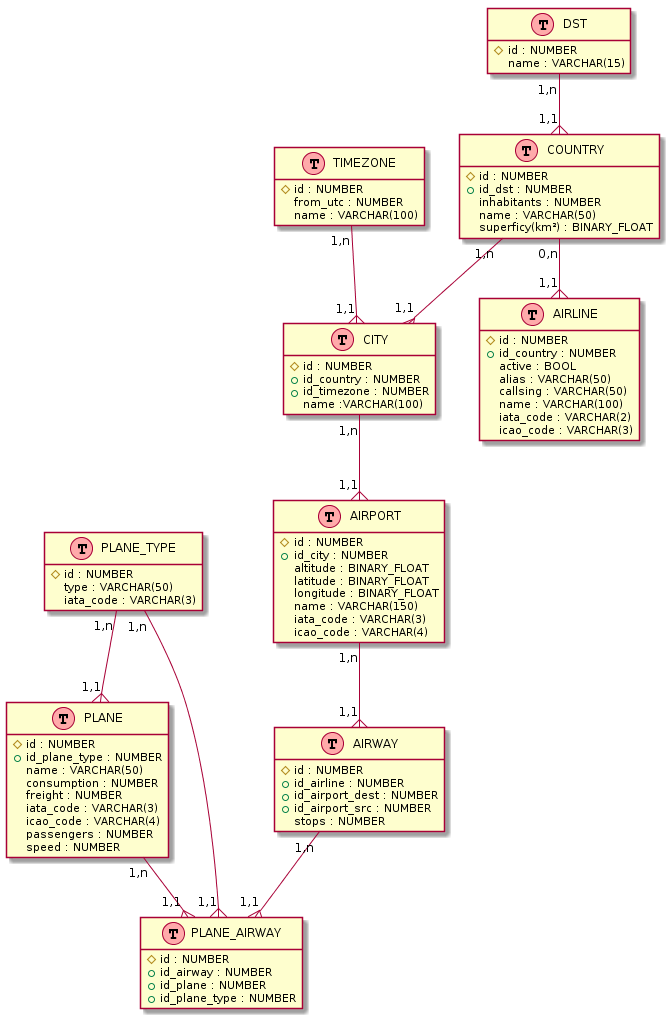
The PlantUML diagram resources/database/conception/modelization/modelisation.png in pBouillon/OpenFlightStatisticsAggregator, before a commit.
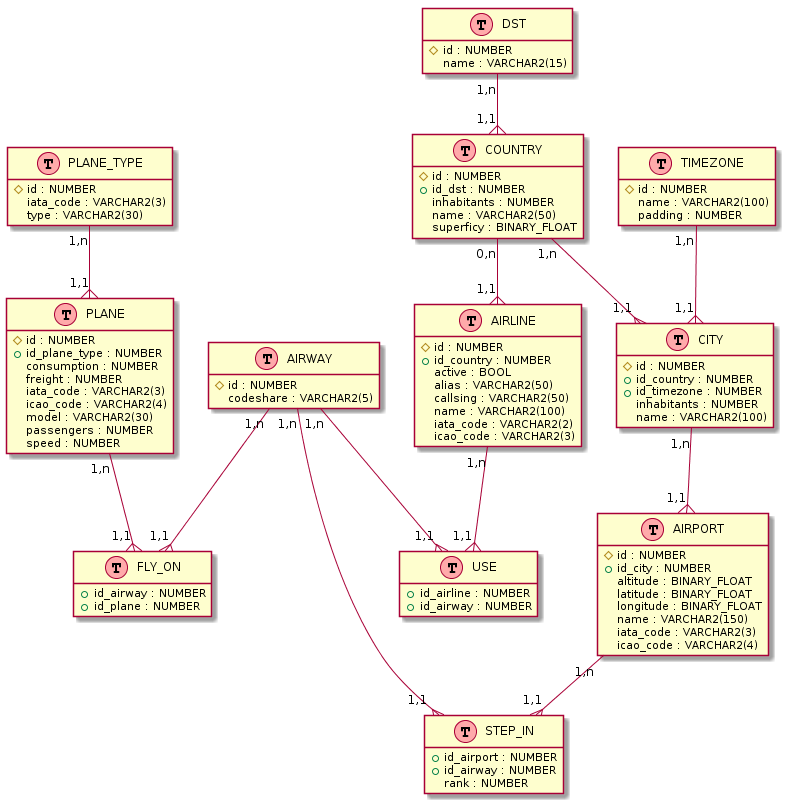
Above is the later version.

Commit message:
rework modelisation scheme

What changed in the source:
```diff
@@ -7,36 +7,50 @@
     {field} #id : NUMBER
     {field} +id_dst : NUMBER
     {field} inhabitants : NUMBER
-    {field} name : VARCHAR(50)
-    {field} superficy(km²) : BINARY_FLOAT
+    {field} name : VARCHAR2(50)
+    {field} superficy : BINARY_FLOAT
 }
 
 class DST << (T,#FFAAAA) >> {
     {field} #id : NUMBER
-    {field} name : VARCHAR(15)
+    {field} name : VARCHAR2(15)
 }
+
+class PLANE << (T,#FFAAAA) >> {
+    {field} #id : NUMBER
+    {field} +id_plane_type : NUMBER
+    {field} consumption : NUMBER
+    {field} freight : NUMBER
+    {field} iata_code : VARCHAR2(3)
+    {field} icao_code : VARCHAR2(4)
+    {field} model : VARCHAR2(30)
+    {field} passengers : NUMBER
+    {field} speed : NUMBER
+}
+
 
 class PLANE_TYPE << (T,#FFAAAA) >> {
     {field} #id : NUMBER
-    {field} type : VARCHAR(50)
-    {field} iata_code : VARCHAR(3)
+    {field} iata_code : VARCHAR2(3)
+    {field} type : VARCHAR2(30)
+
 }
 
 class TIMEZONE << (T,#FFAAAA) >> {
     {field} #id : NUMBER
-    {field} from_utc : NUMBER
-    {field} name : VARCHAR(100)
+    {field} name : VARCHAR2(100)
+    {field} padding : NUMBER
 }
 
 class AIRLINE << (T,#FFAAAA) >> {
     {field} #id : NUMBER
     {field} +id_country : NUMBER
     {field} active : BOOL
-    {field} alias : VARCHAR(50)
-    {field} callsing : VARCHAR(50)
-    {field} name : VARCHAR(100)
-    {field} iata_code : VARCHAR(2)
-    {field} icao_code : VARCHAR(3)
+    {field} alias : VARCHAR2(50)
+    {field} callsing : VARCHAR2(50)
+    {field} name : VARCHAR2(100)
+    {field} iata_code : VARCHAR2(2)
+    {field} icao_code : VARCHAR2(3)
 }
 
 class AIRPORT << (T,#FFAAAA) >> {
@@ -45,50 +59,48 @@
     {field} altitude : BINARY_FLOAT
     {field} latitude : BINARY_FLOAT
     {field} longitude : BINARY_FLOAT
-    {field} name : VARCHAR(150)
-    {field} iata_code : VARCHAR(3)
-    {field} icao_code : VARCHAR(4)
+    {field} name : VARCHAR2(150)
+    {field} iata_code : VARCHAR2(3)
+    {field} icao_code : VARCHAR2(4)
 
-}
-
-class PLANE << (T,#FFAAAA) >> {
-    {field} #id : NUMBER
-    {field} +id_plane_type : NUMBER
-    {field} name : VARCHAR(50)
-    {field} consumption : NUMBER
-    {field} freight : NUMBER
-    {field} iata_code : VARCHAR(3)
-    {field} icao_code : VARCHAR(4)
-    {field} passengers : NUMBER
-    {field} speed : NUMBER
 }
 
 class CITY << (T,#FFAAAA) >> {
     {field} #id : NUMBER
     {field} +id_country : NUMBER
     {field} +id_timezone : NUMBER
-    {field} name :VARCHAR(100)
+    {field} inhabitants : NUMBER
+    {field} name : VARCHAR2(100)
 }
 
 class AIRWAY << (T,#FFAAAA) >> {
     {field} #id : NUMBER
-    {field} +id_airline : NUMBER
-    {field} +id_airport_dest : NUMBER
-    {field} +id_airport_src : NUMBER
-    {field} stops : NUMBER
+    {field} codeshare : VARCHAR2(5)
 }
 
-class PLANE_AIRWAY << (T,#FFAAAA) >> {
-    {field} #id : NUMBER
+class USE << (T,#FFAAAA) >> {
+    {field} +id_airline : NUMBER
+    {field} +id_airway : NUMBER
+}
+
+class STEP_IN << (T,#FFAAAA) >> {
+    {field} +id_airport : NUMBER
+    {field} +id_airway : NUMBER
+    {field} rank : NUMBER
+}
+
+class FLY_ON << (T,#FFAAAA) >> {
     {field} +id_airway : NUMBER
     {field} +id_plane : NUMBER
-    {field} +id_plane_type : NUMBER
 }
 
+AIRPORT "1,n" --{ "1,1" STEP_IN
 
-AIRPORT "1,n" --{ "1,1" AIRWAY
+AIRLINE "1,n" --{ "1,1" USE
 
-AIRWAY "1,n" --{ "1,1" PLANE_AIRWAY
+AIRWAY "1,n" --{ "1,1" USE
+AIRWAY "1,n" --{ "1,1" STEP_IN
+AIRWAY "1,n" --{ "1,1" FLY_ON
 
 CITY "1,n" --{ "1,1" AIRPORT
 
@@ -97,9 +109,8 @@
 
 DST "1,n" --{ "1,1" COUNTRY
 
-PLANE "1,n" --{ "1,1" PLANE_AIRWAY
+PLANE "1,n" --{ "1,1" FLY_ON
 
-PLANE_TYPE "1,n" --{ "1,1" PLANE_AIRWAY
 PLANE_TYPE "1,n" --{ "1,1" PLANE
 
 TIMEZONE "1,n" --{ "1,1" CITY
```
